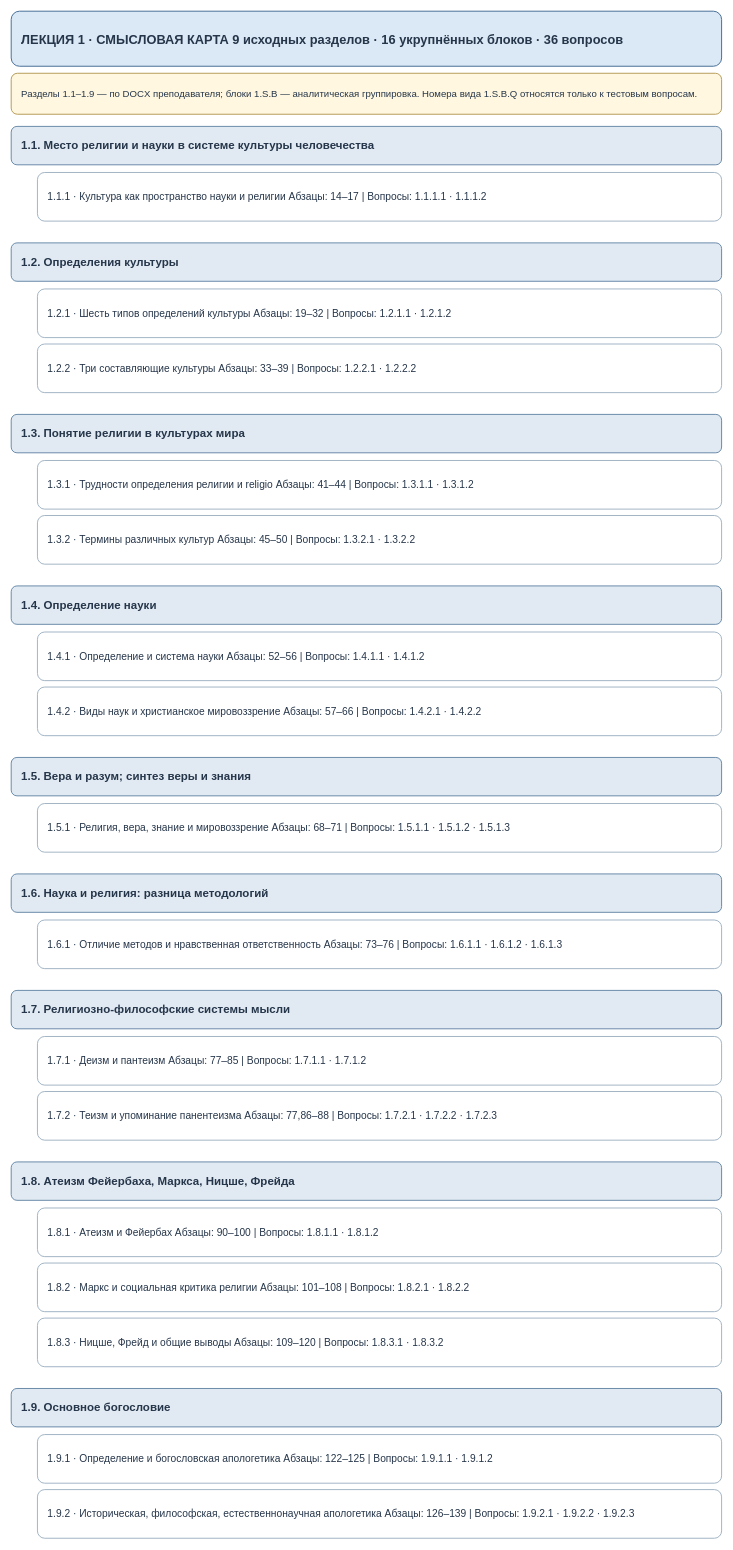
This is maps/tema-01-smyslovaya-karta.drawio from slobodatablichka/apologetika-test, a draw.io file, before an edit. Source tidied: cells renumbered, new cells numbered last; positions are measured from the earlier drawing's top-left corner, leaving out a move shared by most shapes. Both pictures are drawn from the tidied source at 64%, with x=0, y=0 at pixel (11, 11).
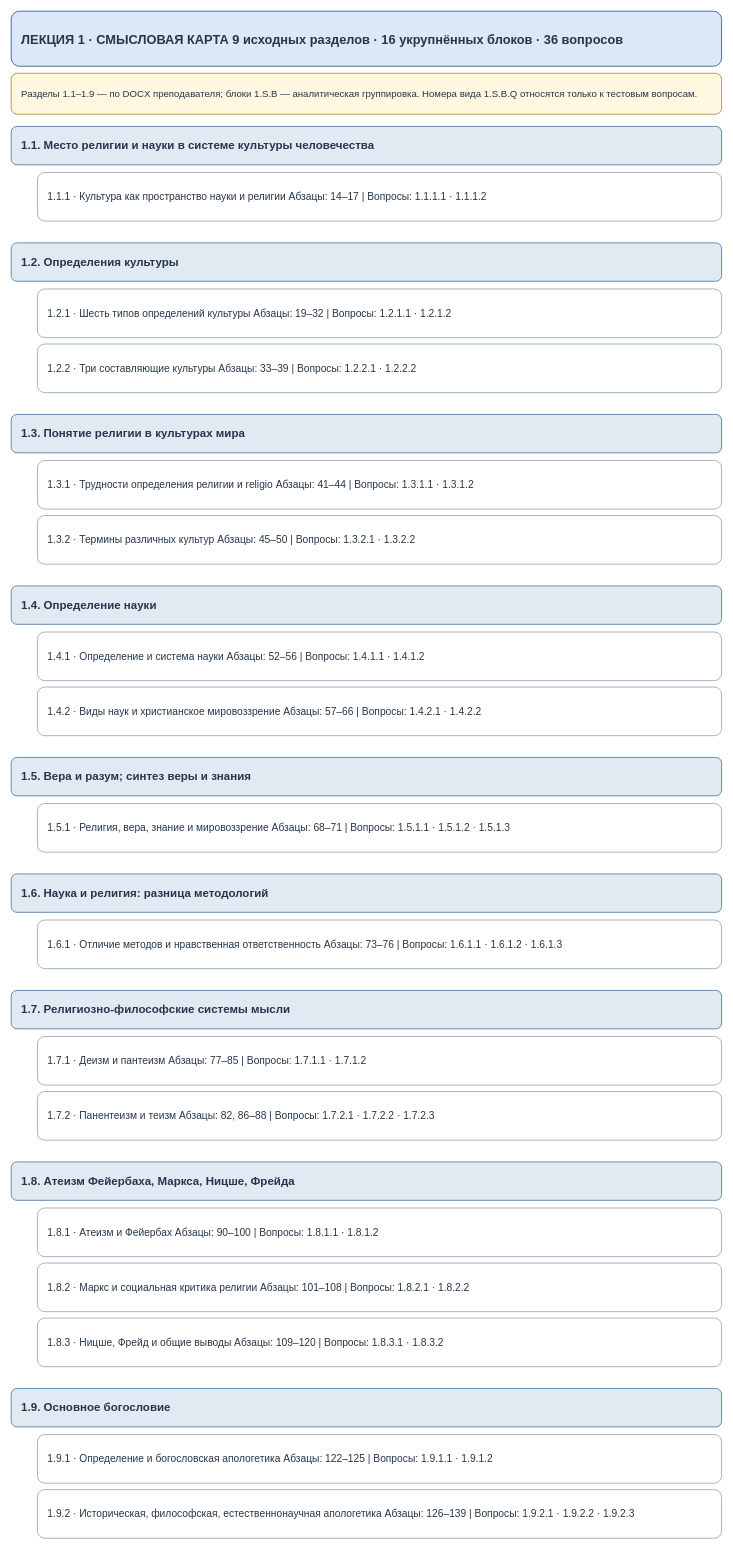
The same diagram, later.

Commit message:
Correct lecture 1 map: panentheism is defined in DOCX paragraph 82

What changed in the source:
```diff
@@
-    <mxCell id="21" value="1.7.2 · Теизм и упоминание панентеизма Абзацы: 77,86–88  |  Вопросы: 1.7.2.1 · 1.7.2.2 · 1.7.2.3" style="rounded=1;whiteSpace=wrap;html=1;strokeWidth=1.5;align=left;verticalAlign=middle;spacingLeft=14;spacingRight=12;fontColor=#26364a;fillColor=#ffffff;strokeColor=#9fb2c3;fontSize=16;" parent="1" vertex="1">
+    <mxCell id="21" value="1.7.2 · Панентеизм и теизм Абзацы: 82, 86–88  |  Вопросы: 1.7.2.1 · 1.7.2.2 · 1.7.2.3" style="rounded=1;whiteSpace=wrap;html=1;strokeWidth=1.5;align=left;verticalAlign=middle;spacingLeft=14;spacingRight=12;fontColor=#26364a;fillColor=#ffffff;strokeColor=#9fb2c3;fontSize=16;" parent="1" vertex="1">
       <mxGeometry x="41" y="1688" width="1069" height="76" as="geometry" />
     </mxCell>
```
